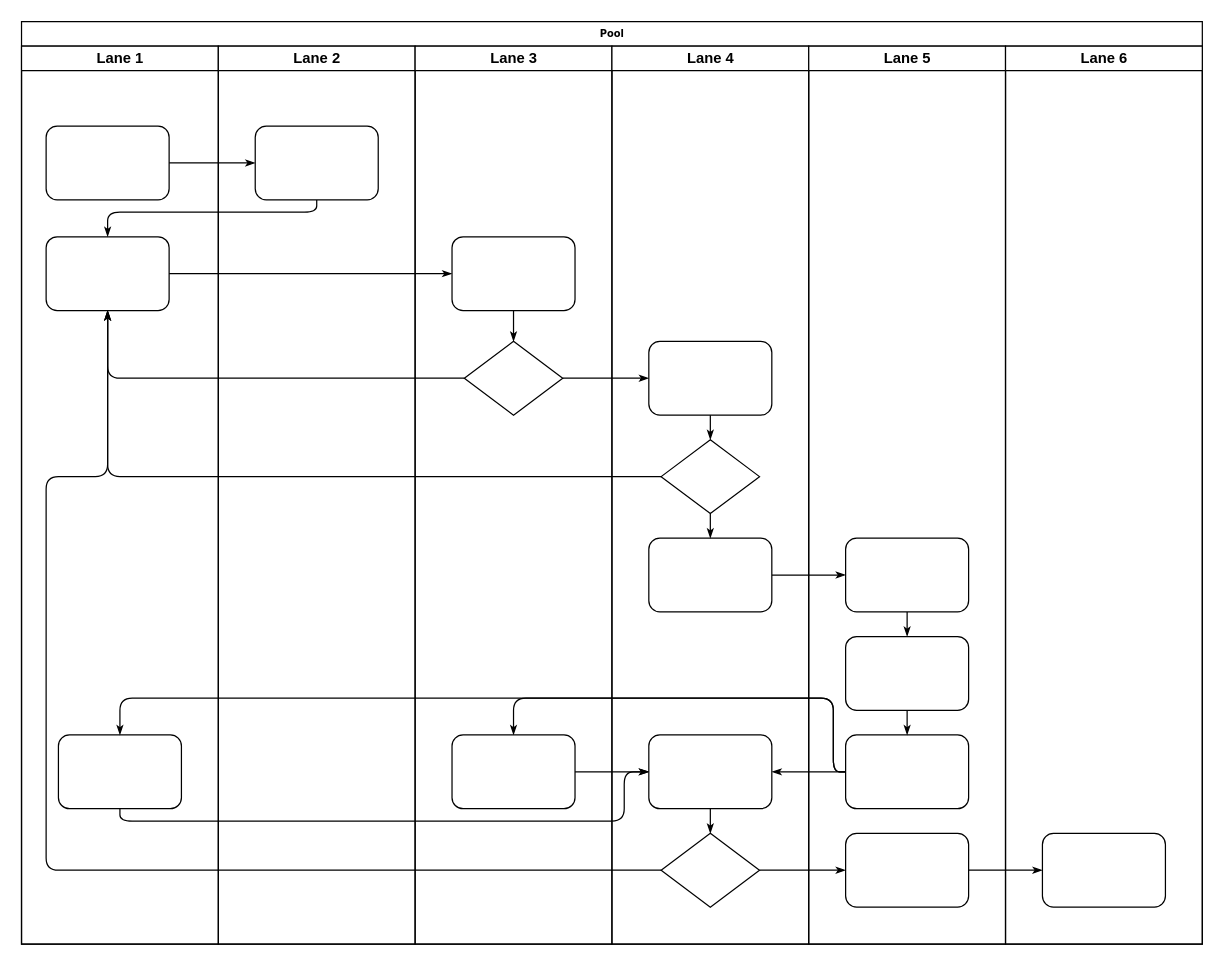
The draw.io diagram docs/Follow_the_beat.drawio in MarceloAlvesPereira/Follow_the_beat, before the edit. Source tidied: cells renumbered, new cells numbered last; positions are measured from the earlier drawing's top-left corner, leaving out a move shared by most shapes. Both pictures are drawn from the tidied source at 123%, with x=0, y=0 at pixel (21, 21).
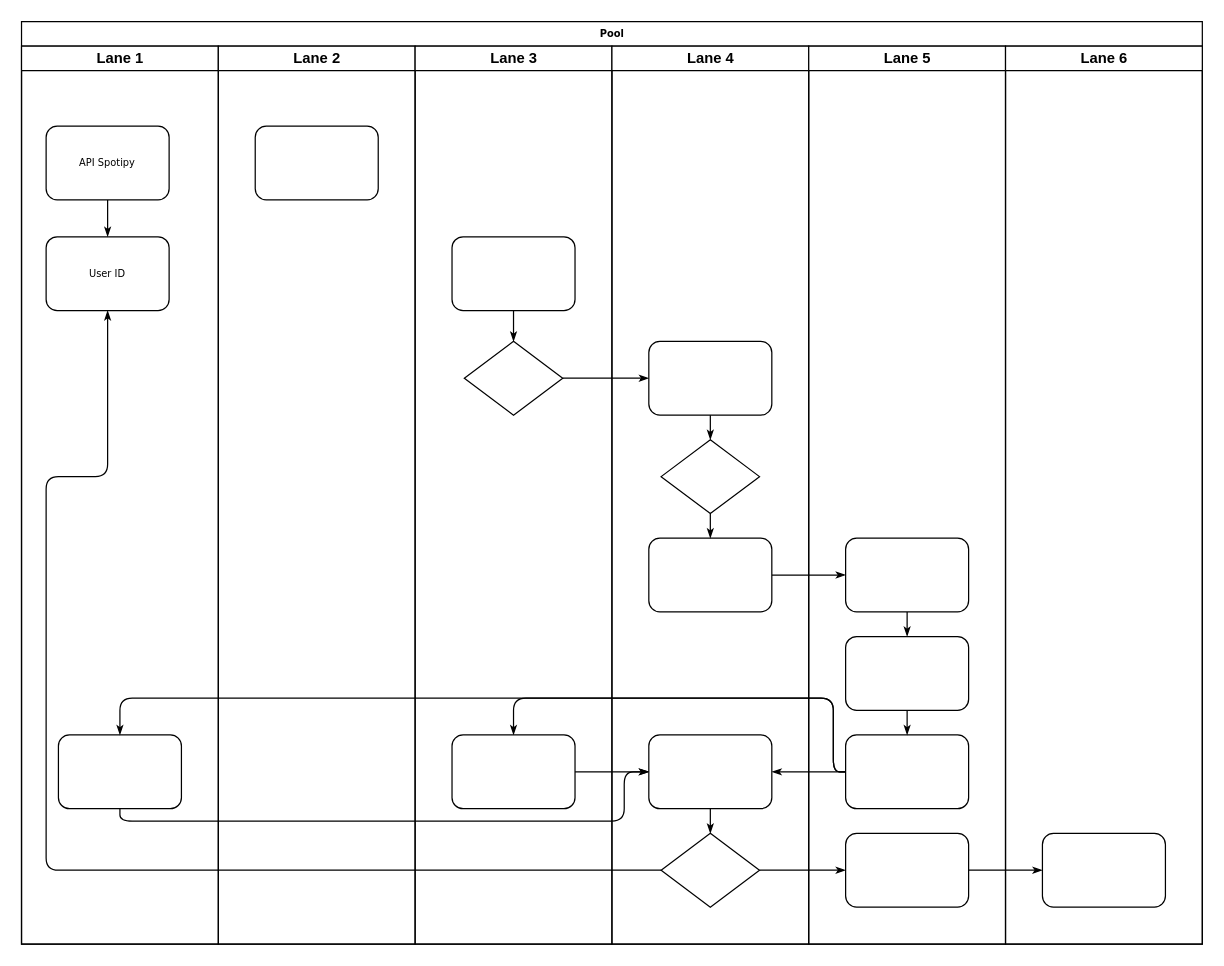
The same diagram, later.

The change refers to these unchanged cells:
```xml
<mxCell id="2" value="Pool" style="swimlane;html=1;startSize=20;rounded=0;shadow=0;labelBackgroundColor=none;strokeWidth=1;fontFamily=Verdana;fontSize=8;align=center;" parent="1" vertex="1">
  <mxGeometry width="960" height="750" as="geometry" />
</mxCell>
<mxCell id="3" value="Lane 1" style="swimlane;html=1;startSize=20;" parent="2" vertex="1">
  <mxGeometry y="20" width="160" height="730" as="geometry" />
</mxCell>
<mxCell id="23" style="rounded=1;whiteSpace=wrap;html=1;shadow=0;labelBackgroundColor=none;strokeWidth=1;fontFamily=Verdana;fontSize=8;align=center;" parent="22" vertex="1">
  <mxGeometry x="30" y="65" width="100" height="60" as="geometry" />
</mxCell>
<mxCell id="25" style="rounded=1;whiteSpace=wrap;html=1;shadow=0;labelBackgroundColor=none;strokeWidth=1;fontFamily=Verdana;fontSize=8;align=center;" parent="24" vertex="1">
  <mxGeometry x="30" y="155" width="100" height="60" as="geometry" />
</mxCell>
<mxCell id="26" style="rhombus;whiteSpace=wrap;html=1;rounded=0;shadow=0;labelBackgroundColor=none;strokeWidth=1;fontFamily=Verdana;fontSize=8;align=center;" parent="24" vertex="1">
  <mxGeometry x="40" y="240" width="80" height="60" as="geometry" />
</mxCell>
<mxCell id="31" style="rhombus;whiteSpace=wrap;html=1;rounded=0;shadow=0;labelBackgroundColor=none;strokeWidth=1;fontFamily=Verdana;fontSize=8;align=center;" parent="29" vertex="1">
  <mxGeometry x="40" y="320" width="80" height="60" as="geometry" />
</mxCell>
```

Diff of the diagram source:
```diff
@@
-    <mxCell id="4" style="rounded=1;whiteSpace=wrap;html=1;shadow=0;labelBackgroundColor=none;strokeWidth=1;fontFamily=Verdana;fontSize=8;align=center;" parent="3" vertex="1">
+    <mxCell id="4" value="API Spotipy" style="rounded=1;whiteSpace=wrap;html=1;shadow=0;labelBackgroundColor=none;strokeWidth=1;fontFamily=Verdana;fontSize=8;align=center;" parent="3" vertex="1">
       <mxGeometry x="20" y="65" width="100" height="60" as="geometry" />
     </mxCell>
-    <mxCell id="5" style="rounded=1;whiteSpace=wrap;html=1;shadow=0;labelBackgroundColor=none;strokeWidth=1;fontFamily=Verdana;fontSize=8;align=center;" parent="3" vertex="1">
+    <mxCell id="5" value="User ID" style="rounded=1;whiteSpace=wrap;html=1;shadow=0;labelBackgroundColor=none;strokeWidth=1;fontFamily=Verdana;fontSize=8;align=center;" parent="3" vertex="1">
       <mxGeometry x="20" y="155" width="100" height="60" as="geometry" />
     </mxCell>
@@
-    <mxCell id="7" style="edgeStyle=orthogonalEdgeStyle;rounded=1;html=1;labelBackgroundColor=none;startArrow=none;startFill=0;startSize=5;endArrow=classicThin;endFill=1;endSize=5;jettySize=auto;strokeWidth=1;fontFamily=Verdana;fontSize=8;" parent="2" edge="1" source="4" target="23">
+    <mxCell id="7" style="edgeStyle=orthogonalEdgeStyle;rounded=1;html=1;labelBackgroundColor=none;startArrow=none;startFill=0;startSize=5;endArrow=classicThin;endFill=1;endSize=5;jettySize=auto;strokeWidth=1;fontFamily=Verdana;fontSize=8;exitX=0.5;exitY=1;exitDx=0;exitDy=0;entryX=0.5;entryY=0;entryDx=0;entryDy=0;" parent="3" edge="1" source="4" target="5">
       <mxGeometry relative="1" as="geometry" />
     </mxCell>
-    <mxCell id="8" style="edgeStyle=orthogonalEdgeStyle;rounded=1;html=1;labelBackgroundColor=none;startArrow=none;startFill=0;startSize=5;endArrow=classicThin;endFill=1;endSize=5;jettySize=auto;strokeWidth=1;fontFamily=Verdana;fontSize=8;" parent="2" edge="1" source="23" target="5">
-      <mxGeometry relative="1" as="geometry">
-        <Array as="points">
-          <mxPoint x="240" y="155" />
-          <mxPoint x="70" y="155" />
-        </Array>
-      </mxGeometry>
-    </mxCell>
-    <mxCell id="9" style="edgeStyle=orthogonalEdgeStyle;rounded=1;html=1;labelBackgroundColor=none;startArrow=none;startFill=0;startSize=5;endArrow=classicThin;endFill=1;endSize=5;jettySize=auto;strokeWidth=1;fontFamily=Verdana;fontSize=8;" parent="2" edge="1" source="5" target="25">
-      <mxGeometry relative="1" as="geometry" />
-    </mxCell>
-    <mxCell id="10" style="edgeStyle=orthogonalEdgeStyle;rounded=1;html=1;labelBackgroundColor=none;startArrow=none;startFill=0;startSize=5;endArrow=classicThin;endFill=1;endSize=5;jettySize=auto;strokeWidth=1;fontFamily=Verdana;fontSize=8;" parent="2" edge="1" source="26" target="5">
-      <mxGeometry relative="1" as="geometry" />
-    </mxCell>
-    <mxCell id="11" style="edgeStyle=orthogonalEdgeStyle;rounded=1;html=1;labelBackgroundColor=none;startArrow=none;startFill=0;startSize=5;endArrow=classicThin;endFill=1;endSize=5;jettySize=auto;strokeWidth=1;fontFamily=Verdana;fontSize=8;" parent="2" edge="1" source="31" target="5">
-      <mxGeometry relative="1" as="geometry" />
-    </mxCell>
```
